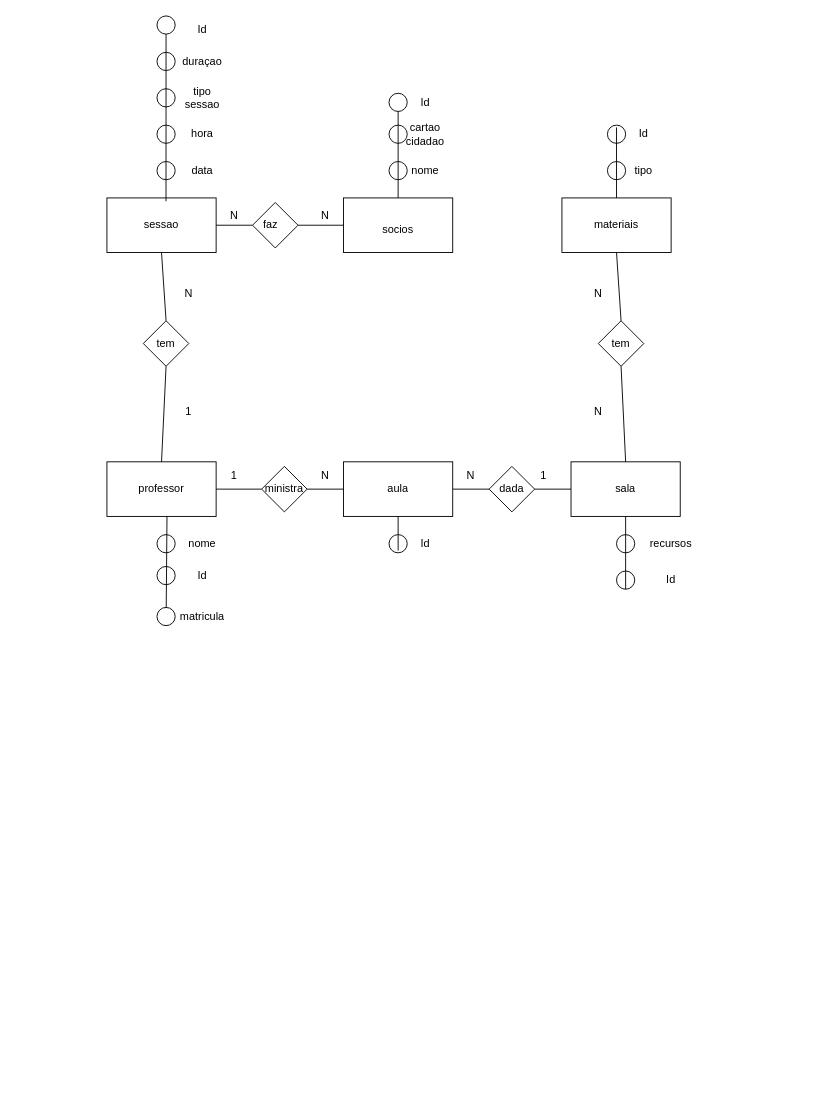
This is BD/Exercicios/Ex03.drawio from MarceloValente1990/Cesae2025, a draw.io file, before an edit. Source tidied: cells renumbered, new cells numbered last; positions are measured from the earlier drawing's top-left corner, leaving out a move shared by most shapes. Both pictures are drawn from the tidied source at 91%, with x=0, y=0 at pixel (106, 15).
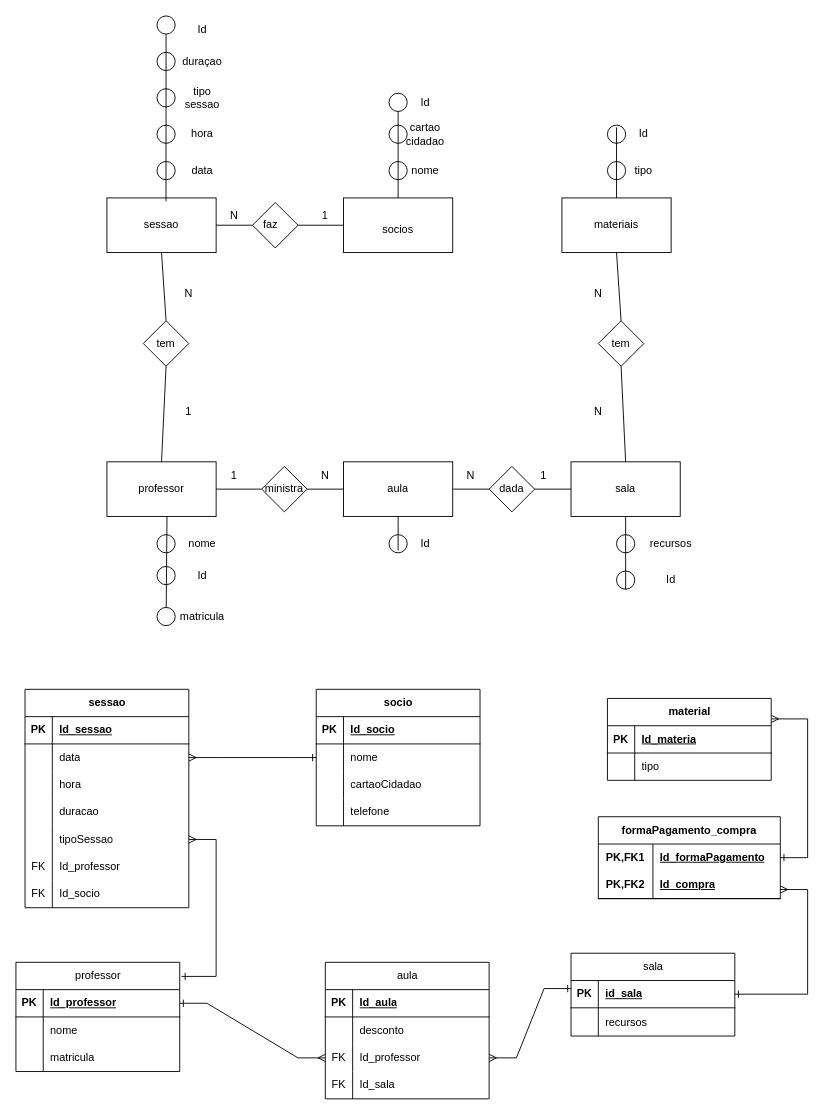
After the change.

Change to the diagram source:
```diff
@@
-    <mxCell id="73" value="N" style="text;html=1;align=center;verticalAlign=middle;whiteSpace=wrap;rounded=0;" parent="1" vertex="1">
+    <mxCell id="73" value="1" style="text;html=1;align=center;verticalAlign=middle;whiteSpace=wrap;rounded=0;" parent="1" vertex="1">
       <mxGeometry x="210" y="205" width="60" height="30" as="geometry" />
     </mxCell>
@@
+    <mxCell id="82" value="sessao" style="shape=table;startSize=30;childLayout=tableLayout;rowLines=0;fontStyle=1;align=center;html=1;" parent="1" vertex="1">
+      <mxGeometry x="-90" y="740" width="180" height="240" as="geometry" />
+    </mxCell>
+    <mxCell id="83" style="shape=tableRow;horizontal=0;startSize=0;swimlaneHead=0;swimlaneBody=0;fillColor=none;top=0;left=0;right=0;bottom=1;" parent="82" vertex="1">
+      <mxGeometry y="30" width="180" height="30" as="geometry" />
+    </mxCell>
+    <mxCell id="84" value="PK" style="shape=partialRectangle;fillColor=none;top=0;left=0;bottom=0;right=0;fontStyle=1;overflow=hidden;whiteSpace=wrap;html=1;" parent="83" vertex="1">
+      <mxGeometry width="30" height="30" as="geometry" />
+    </mxCell>
+    <mxCell id="85" value="Id_sessao" style="shape=partialRectangle;fillColor=none;top=0;left=0;bottom=0;right=0;align=left;spacingLeft=6;fontStyle=5;overflow=hidden;whiteSpace=wrap;html=1;" parent="83" vertex="1">
+      <mxGeometry x="30" width="150" height="30" as="geometry" />
+    </mxCell>
+    <mxCell id="86" style="shape=tableRow;horizontal=0;startSize=0;swimlaneHead=0;swimlaneBody=0;fillColor=none;points=[[0,0.5],[1,0.5]];portConstraint=eastwest;top=0;left=0;right=0;bottom=0;" parent="82" vertex="1">
+      <mxGeometry y="60" width="180" height="30" as="geometry" />
+    </mxCell>
+    <mxCell id="87" style="shape=partialRectangle;fillColor=none;top=0;left=0;bottom=0;right=0;overflow=hidden;whiteSpace=wrap;html=1;" parent="86" vertex="1">
+      <mxGeometry width="30" height="30" as="geometry" />
+    </mxCell>
+    <mxCell id="88" value="&lt;span style=&quot;text-align: center;&quot;&gt;data&lt;/span&gt;" style="shape=partialRectangle;fillColor=none;top=0;left=0;bottom=0;right=0;align=left;spacingLeft=6;overflow=hidden;whiteSpace=wrap;html=1;" parent="86" vertex="1">
+      <mxGeometry x="30" width="150" height="30" as="geometry" />
+    </mxCell>
+    <mxCell id="89" style="shape=tableRow;horizontal=0;startSize=0;swimlaneHead=0;swimlaneBody=0;fillColor=none;top=0;left=0;right=0;bottom=0;" parent="82" vertex="1">
+      <mxGeometry y="90" width="180" height="30" as="geometry" />
+    </mxCell>
+    <mxCell id="90" style="shape=partialRectangle;fillColor=none;top=0;left=0;bottom=0;right=0;overflow=hidden;whiteSpace=wrap;html=1;" parent="89" vertex="1">
+      <mxGeometry width="30" height="30" as="geometry" />
+    </mxCell>
+    <mxCell id="91" value="&lt;div style=&quot;text-align: center;&quot;&gt;&lt;span style=&quot;background-color: transparent; color: light-dark(rgb(0, 0, 0), rgb(255, 255, 255));&quot;&gt;hora&lt;/span&gt;&lt;/div&gt;" style="shape=partialRectangle;fillColor=none;top=0;left=0;bottom=0;right=0;align=left;spacingLeft=6;overflow=hidden;whiteSpace=wrap;html=1;" parent="89" vertex="1">
+      <mxGeometry x="30" width="150" height="30" as="geometry" />
+    </mxCell>
+    <mxCell id="92" style="shape=tableRow;horizontal=0;startSize=0;swimlaneHead=0;swimlaneBody=0;fillColor=none;top=0;left=0;right=0;bottom=0;" parent="82" vertex="1">
+      <mxGeometry y="120" width="180" height="30" as="geometry" />
+    </mxCell>
+    <mxCell id="93" style="shape=partialRectangle;fillColor=none;top=0;left=0;bottom=0;right=0;overflow=hidden;whiteSpace=wrap;html=1;" parent="92" vertex="1">
+      <mxGeometry width="30" height="30" as="geometry" />
+    </mxCell>
+    <mxCell id="94" value="duracao" style="shape=partialRectangle;fillColor=none;top=0;left=0;bottom=0;right=0;align=left;spacingLeft=6;overflow=hidden;whiteSpace=wrap;html=1;" parent="92" vertex="1">
+      <mxGeometry x="30" width="150" height="30" as="geometry" />
+    </mxCell>
+    <mxCell id="95" style="shape=tableRow;horizontal=0;startSize=0;swimlaneHead=0;swimlaneBody=0;fillColor=none;points=[[0,0.5],[1,0.5]];portConstraint=eastwest;top=0;left=0;right=0;bottom=0;" parent="82" vertex="1">
+      <mxGeometry y="150" width="180" height="30" as="geometry" />
+    </mxCell>
+    <mxCell id="96" style="shape=partialRectangle;fillColor=none;top=0;left=0;bottom=0;right=0;overflow=hidden;whiteSpace=wrap;html=1;" parent="95" vertex="1">
+      <mxGeometry width="30" height="30" as="geometry" />
+    </mxCell>
+    <mxCell id="97" value="tipoSessao" style="shape=partialRectangle;fillColor=none;top=0;left=0;bottom=0;right=0;align=left;spacingLeft=6;overflow=hidden;whiteSpace=wrap;html=1;" parent="95" vertex="1">
+      <mxGeometry x="30" width="150" height="30" as="geometry" />
+    </mxCell>
+    <mxCell id="98" style="shape=tableRow;horizontal=0;startSize=0;swimlaneHead=0;swimlaneBody=0;fillColor=none;top=0;left=0;right=0;bottom=0;" parent="82" vertex="1">
+      <mxGeometry y="180" width="180" height="30" as="geometry" />
+    </mxCell>
+    <mxCell id="99" value="FK" style="shape=partialRectangle;fillColor=none;top=0;left=0;bottom=0;right=0;overflow=hidden;whiteSpace=wrap;html=1;" parent="98" vertex="1">
+      <mxGeometry width="30" height="30" as="geometry" />
+    </mxCell>
+    <mxCell id="100" value="Id_professor" style="shape=partialRectangle;fillColor=none;top=0;left=0;bottom=0;right=0;align=left;spacingLeft=6;overflow=hidden;whiteSpace=wrap;html=1;" parent="98" vertex="1">
+      <mxGeometry x="30" width="150" height="30" as="geometry" />
+    </mxCell>
+    <mxCell id="101" style="shape=tableRow;horizontal=0;startSize=0;swimlaneHead=0;swimlaneBody=0;fillColor=none;top=0;left=0;right=0;bottom=0;" parent="82" vertex="1">
+      <mxGeometry y="210" width="180" height="30" as="geometry" />
+    </mxCell>
+    <mxCell id="102" value="FK" style="shape=partialRectangle;fillColor=none;top=0;left=0;bottom=0;right=0;overflow=hidden;whiteSpace=wrap;html=1;" parent="101" vertex="1">
+      <mxGeometry width="30" height="30" as="geometry" />
+    </mxCell>
+    <mxCell id="103" value="Id_socio" style="shape=partialRectangle;fillColor=none;top=0;left=0;bottom=0;right=0;align=left;spacingLeft=6;overflow=hidden;whiteSpace=wrap;html=1;" parent="101" vertex="1">
+      <mxGeometry x="30" width="150" height="30" as="geometry" />
+    </mxCell>
+    <mxCell id="104" value="&lt;span style=&quot;font-weight: 400; text-wrap-mode: wrap;&quot;&gt;sala&lt;/span&gt;" style="shape=table;startSize=30;childLayout=tableLayout;rowLines=0;fontStyle=1;align=center;html=1;" parent="1" vertex="1">
+      <mxGeometry x="510" y="1030" width="180" height="91" as="geometry" />
+    </mxCell>
+    <mxCell id="105" style="shape=tableRow;horizontal=0;startSize=0;swimlaneHead=0;swimlaneBody=0;fillColor=none;points=[[0,0.5],[1,0.5]];portConstraint=eastwest;top=0;left=0;right=0;bottom=1;" parent="104" vertex="1">
+      <mxGeometry y="30" width="180" height="30" as="geometry" />
+    </mxCell>
+    <mxCell id="106" value="PK" style="shape=partialRectangle;fillColor=none;top=0;left=0;bottom=0;right=0;fontStyle=1;overflow=hidden;whiteSpace=wrap;html=1;" parent="105" vertex="1">
+      <mxGeometry width="30" height="30" as="geometry" />
+    </mxCell>
+    <mxCell id="107" value="id_sala" style="shape=partialRectangle;fillColor=none;top=0;left=0;bottom=0;right=0;align=left;spacingLeft=6;fontStyle=5;overflow=hidden;whiteSpace=wrap;html=1;" parent="105" vertex="1">
+      <mxGeometry x="30" width="150" height="30" as="geometry" />
+    </mxCell>
+    <mxCell id="108" style="shape=tableRow;horizontal=0;startSize=0;swimlaneHead=0;swimlaneBody=0;fillColor=none;top=0;left=0;right=0;bottom=0;" parent="104" vertex="1">
+      <mxGeometry y="60" width="180" height="31" as="geometry" />
+    </mxCell>
+    <mxCell id="109" style="shape=partialRectangle;fillColor=none;top=0;left=0;bottom=0;right=0;overflow=hidden;whiteSpace=wrap;html=1;" parent="108" vertex="1">
+      <mxGeometry width="30" height="31" as="geometry" />
+    </mxCell>
+    <mxCell id="110" value="recursos" style="shape=partialRectangle;fillColor=none;top=0;left=0;bottom=0;right=0;align=left;spacingLeft=6;overflow=hidden;whiteSpace=wrap;html=1;" parent="108" vertex="1">
+      <mxGeometry x="30" width="150" height="31" as="geometry" />
+    </mxCell>
+    <mxCell id="111" value="&lt;span style=&quot;font-weight: 400; text-wrap-mode: wrap;&quot;&gt;professor&lt;/span&gt;" style="shape=table;startSize=30;childLayout=tableLayout;rowLines=0;fontStyle=1;align=center;html=1;" parent="1" vertex="1">
+      <mxGeometry x="-100" y="1040" width="180" height="120" as="geometry" />
+    </mxCell>
+    <mxCell id="112" style="shape=tableRow;horizontal=0;startSize=0;swimlaneHead=0;swimlaneBody=0;fillColor=none;points=[[0,0.5],[1,0.5]];portConstraint=eastwest;top=0;left=0;right=0;bottom=1;" parent="111" vertex="1">
+      <mxGeometry y="30" width="180" height="30" as="geometry" />
+    </mxCell>
+    <mxCell id="113" value="PK" style="shape=partialRectangle;fillColor=none;top=0;left=0;bottom=0;right=0;fontStyle=1;overflow=hidden;whiteSpace=wrap;html=1;" parent="112" vertex="1">
+      <mxGeometry width="30" height="30" as="geometry" />
+    </mxCell>
+    <mxCell id="114" value="Id_professor" style="shape=partialRectangle;fillColor=none;top=0;left=0;bottom=0;right=0;align=left;spacingLeft=6;fontStyle=5;overflow=hidden;whiteSpace=wrap;html=1;" parent="112" vertex="1">
+      <mxGeometry x="30" width="150" height="30" as="geometry" />
+    </mxCell>
+    <mxCell id="115" style="shape=tableRow;horizontal=0;startSize=0;swimlaneHead=0;swimlaneBody=0;fillColor=none;top=0;left=0;right=0;bottom=0;" parent="111" vertex="1">
+      <mxGeometry y="60" width="180" height="30" as="geometry" />
+    </mxCell>
+    <mxCell id="116" style="shape=partialRectangle;fillColor=none;top=0;left=0;bottom=0;right=0;overflow=hidden;whiteSpace=wrap;html=1;" parent="115" vertex="1">
+      <mxGeometry width="30" height="30" as="geometry" />
+    </mxCell>
+    <mxCell id="117" value="nome" style="shape=partialRectangle;fillColor=none;top=0;left=0;bottom=0;right=0;align=left;spacingLeft=6;overflow=hidden;whiteSpace=wrap;html=1;" parent="115" vertex="1">
+      <mxGeometry x="30" width="150" height="30" as="geometry" />
+    </mxCell>
+    <mxCell id="118" style="shape=tableRow;horizontal=0;startSize=0;swimlaneHead=0;swimlaneBody=0;fillColor=none;top=0;left=0;right=0;bottom=0;" parent="111" vertex="1">
+      <mxGeometry y="90" width="180" height="30" as="geometry" />
+    </mxCell>
+    <mxCell id="119" style="shape=partialRectangle;fillColor=none;top=0;left=0;bottom=0;right=0;overflow=hidden;whiteSpace=wrap;html=1;" parent="118" vertex="1">
+      <mxGeometry width="30" height="30" as="geometry" />
+    </mxCell>
+    <mxCell id="120" value="matricula" style="shape=partialRectangle;fillColor=none;top=0;left=0;bottom=0;right=0;align=left;spacingLeft=6;overflow=hidden;whiteSpace=wrap;html=1;" parent="118" vertex="1">
+      <mxGeometry x="30" width="150" height="30" as="geometry" />
+    </mxCell>
+    <mxCell id="121" value="&lt;span style=&quot;font-weight: 400; text-wrap-mode: wrap;&quot;&gt;aula&lt;/span&gt;" style="shape=table;startSize=30;childLayout=tableLayout;rowLines=0;fontStyle=1;align=center;html=1;" parent="1" vertex="1">
+      <mxGeometry x="240" y="1040" width="180" height="150" as="geometry" />
+    </mxCell>
+    <mxCell id="122" style="shape=tableRow;horizontal=0;startSize=0;swimlaneHead=0;swimlaneBody=0;fillColor=none;top=0;left=0;right=0;bottom=1;" parent="121" vertex="1">
+      <mxGeometry y="30" width="180" height="30" as="geometry" />
+    </mxCell>
+    <mxCell id="123" value="PK" style="shape=partialRectangle;fillColor=none;top=0;left=0;bottom=0;right=0;fontStyle=1;overflow=hidden;whiteSpace=wrap;html=1;" parent="122" vertex="1">
+      <mxGeometry width="30" height="30" as="geometry" />
+    </mxCell>
+    <mxCell id="124" value="Id_aula" style="shape=partialRectangle;fillColor=none;top=0;left=0;bottom=0;right=0;align=left;spacingLeft=6;fontStyle=5;overflow=hidden;whiteSpace=wrap;html=1;" parent="122" vertex="1">
+      <mxGeometry x="30" width="150" height="30" as="geometry" />
+    </mxCell>
+    <mxCell id="125" style="shape=tableRow;horizontal=0;startSize=0;swimlaneHead=0;swimlaneBody=0;fillColor=none;top=0;left=0;right=0;bottom=0;" parent="121" vertex="1">
+      <mxGeometry y="60" width="180" height="30" as="geometry" />
+    </mxCell>
+    <mxCell id="126" style="shape=partialRectangle;fillColor=none;top=0;left=0;bottom=0;right=0;overflow=hidden;whiteSpace=wrap;html=1;" parent="125" vertex="1">
+      <mxGeometry width="30" height="30" as="geometry" />
+    </mxCell>
+    <mxCell id="127" value="desconto" style="shape=partialRectangle;fillColor=none;top=0;left=0;bottom=0;right=0;align=left;spacingLeft=6;overflow=hidden;whiteSpace=wrap;html=1;" parent="125" vertex="1">
+      <mxGeometry x="30" width="150" height="30" as="geometry" />
+    </mxCell>
+    <mxCell id="128" style="shape=tableRow;horizontal=0;startSize=0;swimlaneHead=0;swimlaneBody=0;fillColor=none;points=[[0,0.5],[1,0.5]];portConstraint=eastwest;top=0;left=0;right=0;bottom=0;" parent="121" vertex="1">
+      <mxGeometry y="90" width="180" height="30" as="geometry" />
+    </mxCell>
+    <mxCell id="129" value="FK" style="shape=partialRectangle;fillColor=none;top=0;left=0;bottom=0;right=0;overflow=hidden;whiteSpace=wrap;html=1;" parent="128" vertex="1">
+      <mxGeometry width="30" height="30" as="geometry" />
+    </mxCell>
+    <mxCell id="130" value="Id_professor" style="shape=partialRectangle;fillColor=none;top=0;left=0;bottom=0;right=0;align=left;spacingLeft=6;overflow=hidden;whiteSpace=wrap;html=1;" parent="128" vertex="1">
+      <mxGeometry x="30" width="150" height="30" as="geometry" />
+    </mxCell>
+    <mxCell id="131" style="shape=tableRow;horizontal=0;startSize=0;swimlaneHead=0;swimlaneBody=0;fillColor=none;top=0;left=0;right=0;bottom=0;" parent="121" vertex="1">
+      <mxGeometry y="120" width="180" height="30" as="geometry" />
+    </mxCell>
+    <mxCell id="132" value="FK" style="shape=partialRectangle;fillColor=none;top=0;left=0;bottom=0;right=0;overflow=hidden;whiteSpace=wrap;html=1;" parent="131" vertex="1">
+      <mxGeometry width="30" height="30" as="geometry" />
+    </mxCell>
+    <mxCell id="133" value="Id_sala" style="shape=partialRectangle;fillColor=none;top=0;left=0;bottom=0;right=0;align=left;spacingLeft=6;overflow=hidden;whiteSpace=wrap;html=1;" parent="131" vertex="1">
+      <mxGeometry x="30" width="150" height="30" as="geometry" />
+    </mxCell>
+    <mxCell id="134" value="socio" style="shape=table;startSize=30;childLayout=tableLayout;rowLines=0;fontStyle=1;align=center;html=1;" parent="1" vertex="1">
+      <mxGeometry x="230" y="740" width="180" height="150" as="geometry" />
+    </mxCell>
+    <mxCell id="135" style="shape=tableRow;horizontal=0;startSize=0;swimlaneHead=0;swimlaneBody=0;fillColor=none;top=0;left=0;right=0;bottom=1;" parent="134" vertex="1">
+      <mxGeometry y="30" width="180" height="30" as="geometry" />
+    </mxCell>
+    <mxCell id="136" value="PK" style="shape=partialRectangle;fillColor=none;top=0;left=0;bottom=0;right=0;fontStyle=1;overflow=hidden;whiteSpace=wrap;html=1;" parent="135" vertex="1">
+      <mxGeometry width="30" height="30" as="geometry" />
+    </mxCell>
+    <mxCell id="137" value="Id_socio" style="shape=partialRectangle;fillColor=none;top=0;left=0;bottom=0;right=0;align=left;spacingLeft=6;fontStyle=5;overflow=hidden;whiteSpace=wrap;html=1;" parent="135" vertex="1">
+      <mxGeometry x="30" width="150" height="30" as="geometry" />
+    </mxCell>
+    <mxCell id="138" style="shape=tableRow;horizontal=0;startSize=0;swimlaneHead=0;swimlaneBody=0;fillColor=none;points=[[0,0.5],[1,0.5]];portConstraint=eastwest;top=0;left=0;right=0;bottom=0;" parent="134" vertex="1">
+      <mxGeometry y="60" width="180" height="30" as="geometry" />
+    </mxCell>
+    <mxCell id="139" style="shape=partialRectangle;fillColor=none;top=0;left=0;bottom=0;right=0;overflow=hidden;whiteSpace=wrap;html=1;" parent="138" vertex="1">
+      <mxGeometry width="30" height="30" as="geometry" />
+    </mxCell>
+    <mxCell id="140" value="&lt;span style=&quot;text-align: center;&quot;&gt;nome&lt;/span&gt;" style="shape=partialRectangle;fillColor=none;top=0;left=0;bottom=0;right=0;align=left;spacingLeft=6;overflow=hidden;whiteSpace=wrap;html=1;" parent="138" vertex="1">
+      <mxGeometry x="30" width="150" height="30" as="geometry" />
+    </mxCell>
+    <mxCell id="141" style="shape=tableRow;horizontal=0;startSize=0;swimlaneHead=0;swimlaneBody=0;fillColor=none;top=0;left=0;right=0;bottom=0;" parent="134" vertex="1">
+      <mxGeometry y="90" width="180" height="30" as="geometry" />
+    </mxCell>
+    <mxCell id="142" style="shape=partialRectangle;fillColor=none;top=0;left=0;bottom=0;right=0;overflow=hidden;whiteSpace=wrap;html=1;" parent="141" vertex="1">
+      <mxGeometry width="30" height="30" as="geometry" />
+    </mxCell>
+    <mxCell id="143" value="&lt;span style=&quot;text-align: center;&quot;&gt;cartaoCidadao&lt;/span&gt;" style="shape=partialRectangle;fillColor=none;top=0;left=0;bottom=0;right=0;align=left;spacingLeft=6;overflow=hidden;whiteSpace=wrap;html=1;" parent="141" vertex="1">
+      <mxGeometry x="30" width="150" height="30" as="geometry" />
+    </mxCell>
+    <mxCell id="144" style="shape=tableRow;horizontal=0;startSize=0;swimlaneHead=0;swimlaneBody=0;fillColor=none;top=0;left=0;right=0;bottom=0;" parent="134" vertex="1">
+      <mxGeometry y="120" width="180" height="30" as="geometry" />
+    </mxCell>
+    <mxCell id="145" style="shape=partialRectangle;fillColor=none;top=0;left=0;bottom=0;right=0;overflow=hidden;whiteSpace=wrap;html=1;" parent="144" vertex="1">
+      <mxGeometry width="30" height="30" as="geometry" />
+    </mxCell>
+    <mxCell id="146" value="&lt;span style=&quot;text-align: center;&quot;&gt;telefone&lt;/span&gt;" style="shape=partialRectangle;fillColor=none;top=0;left=0;bottom=0;right=0;align=left;spacingLeft=6;overflow=hidden;whiteSpace=wrap;html=1;" parent="144" vertex="1">
+      <mxGeometry x="30" width="150" height="30" as="geometry" />
+    </mxCell>
+    <mxCell id="147" value="formaPagamento_compra" style="shape=table;startSize=30;childLayout=tableLayout;rowLines=0;fontStyle=1;align=center;html=1;whiteSpace=wrap;" parent="1" vertex="1">
+      <mxGeometry x="540" y="880" width="200" height="90" as="geometry" />
+    </mxCell>
+    <mxCell id="148" style="shape=tableRow;horizontal=0;startSize=0;swimlaneHead=0;swimlaneBody=0;fillColor=none;points=[[0,0.5],[1,0.5]];portConstraint=eastwest;top=0;left=0;right=0;bottom=0;html=1;" parent="147" vertex="1">
+      <mxGeometry y="30" width="200" height="30" as="geometry" />
+    </mxCell>
+    <mxCell id="149" value="PK,FK1" style="shape=partialRectangle;fillColor=none;top=0;left=0;bottom=0;right=0;fontStyle=1;overflow=hidden;html=1;whiteSpace=wrap;" parent="148" vertex="1">
+      <mxGeometry width="60" height="30" as="geometry" />
+    </mxCell>
+    <mxCell id="150" value="Id_formaPagamento" style="shape=partialRectangle;fillColor=none;top=0;left=0;bottom=0;right=0;align=left;spacingLeft=6;fontStyle=5;overflow=hidden;html=1;whiteSpace=wrap;" parent="148" vertex="1">
+      <mxGeometry x="60" width="140" height="30" as="geometry" />
+    </mxCell>
+    <mxCell id="151" style="shape=tableRow;horizontal=0;startSize=0;swimlaneHead=0;swimlaneBody=0;fillColor=none;top=0;left=0;right=0;bottom=1;html=1;" parent="147" vertex="1">
+      <mxGeometry y="60" width="200" height="30" as="geometry" />
+    </mxCell>
+    <mxCell id="152" value="PK,FK2" style="shape=partialRectangle;fillColor=none;top=0;left=0;bottom=0;right=0;fontStyle=1;overflow=hidden;html=1;whiteSpace=wrap;" parent="151" vertex="1">
+      <mxGeometry width="60" height="30" as="geometry" />
+    </mxCell>
+    <mxCell id="153" value="Id_compra" style="shape=partialRectangle;fillColor=none;top=0;left=0;bottom=0;right=0;align=left;spacingLeft=6;fontStyle=5;overflow=hidden;html=1;whiteSpace=wrap;" parent="151" vertex="1">
+      <mxGeometry x="60" width="140" height="30" as="geometry" />
+    </mxCell>
+    <mxCell id="154" style="edgeStyle=entityRelationEdgeStyle;fontSize=12;html=1;endArrow=ERone;rounded=0;exitX=1;exitY=0.25;exitDx=0;exitDy=0;endFill=0;startArrow=ERmany;startFill=0;" parent="1" edge="1" source="155" target="148">
+      <mxGeometry relative="1" as="geometry" />
+    </mxCell>
+    <mxCell id="155" value="material" style="shape=table;startSize=30;childLayout=tableLayout;rowLines=0;fontStyle=1;align=center;html=1;" parent="1" vertex="1">
+      <mxGeometry x="550" y="750" width="180" height="90" as="geometry" />
+    </mxCell>
+    <mxCell id="156" style="shape=tableRow;horizontal=0;startSize=0;swimlaneHead=0;swimlaneBody=0;fillColor=none;top=0;left=0;right=0;bottom=1;" parent="155" vertex="1">
+      <mxGeometry y="30" width="180" height="30" as="geometry" />
+    </mxCell>
+    <mxCell id="157" value="PK" style="shape=partialRectangle;fillColor=none;top=0;left=0;bottom=0;right=0;fontStyle=1;overflow=hidden;whiteSpace=wrap;html=1;" parent="156" vertex="1">
+      <mxGeometry width="30" height="30" as="geometry" />
+    </mxCell>
+    <mxCell id="158" value="Id_materia" style="shape=partialRectangle;fillColor=none;top=0;left=0;bottom=0;right=0;align=left;spacingLeft=6;fontStyle=5;overflow=hidden;whiteSpace=wrap;html=1;" parent="156" vertex="1">
+      <mxGeometry x="30" width="150" height="30" as="geometry" />
+    </mxCell>
+    <mxCell id="159" style="shape=tableRow;horizontal=0;startSize=0;swimlaneHead=0;swimlaneBody=0;fillColor=none;top=0;left=0;right=0;bottom=0;" parent="155" vertex="1">
+      <mxGeometry y="60" width="180" height="30" as="geometry" />
+    </mxCell>
+    <mxCell id="160" style="shape=partialRectangle;fillColor=none;top=0;left=0;bottom=0;right=0;overflow=hidden;whiteSpace=wrap;html=1;" parent="159" vertex="1">
+      <mxGeometry width="30" height="30" as="geometry" />
+    </mxCell>
+    <mxCell id="161" value="tipo" style="shape=partialRectangle;fillColor=none;top=0;left=0;bottom=0;right=0;align=left;spacingLeft=6;overflow=hidden;whiteSpace=wrap;html=1;" parent="159" vertex="1">
+      <mxGeometry x="30" width="150" height="30" as="geometry" />
+    </mxCell>
+    <mxCell id="162" style="edgeStyle=entityRelationEdgeStyle;fontSize=12;html=1;endArrow=ERone;rounded=0;entryX=0;entryY=0.5;entryDx=0;entryDy=0;exitX=1;exitY=0.5;exitDx=0;exitDy=0;startArrow=ERmany;startFill=0;endFill=0;" parent="1" edge="1" source="86" target="138">
+      <mxGeometry relative="1" as="geometry" />
+    </mxCell>
+    <mxCell id="163" style="edgeStyle=entityRelationEdgeStyle;fontSize=12;html=1;endArrow=ERone;rounded=0;startArrow=ERmany;startFill=0;endFill=0;" parent="1" edge="1" target="105">
+      <mxGeometry relative="1" as="geometry">
+        <mxPoint x="740" y="960" as="sourcePoint" />
+        <Array as="points">
+          <mxPoint x="200" y="900" />
+          <mxPoint x="540" y="910" />
+        </Array>
+      </mxGeometry>
+    </mxCell>
+    <mxCell id="164" style="edgeStyle=entityRelationEdgeStyle;fontSize=12;html=1;endArrow=ERone;rounded=0;startArrow=ERmany;startFill=0;endFill=0;entryX=0.002;entryY=0.294;entryDx=0;entryDy=0;entryPerimeter=0;" parent="1" edge="1" source="128" target="105">
+      <mxGeometry relative="1" as="geometry">
+        <Array as="points">
+          <mxPoint x="210" y="910" />
+          <mxPoint x="550" y="920" />
+        </Array>
+      </mxGeometry>
+    </mxCell>
+    <mxCell id="165" style="edgeStyle=entityRelationEdgeStyle;fontSize=12;html=1;endArrow=ERone;rounded=0;startArrow=ERmany;startFill=0;endFill=0;exitX=0;exitY=0.5;exitDx=0;exitDy=0;" parent="1" edge="1" source="128" target="112">
+      <mxGeometry relative="1" as="geometry">
+        <Array as="points">
+          <mxPoint x="220" y="920" />
+          <mxPoint x="560" y="930" />
+        </Array>
+      </mxGeometry>
+    </mxCell>
+    <mxCell id="166" style="edgeStyle=entityRelationEdgeStyle;fontSize=12;html=1;endArrow=ERone;rounded=0;startArrow=ERmany;startFill=0;endFill=0;entryX=1.011;entryY=0.129;entryDx=0;entryDy=0;entryPerimeter=0;" parent="1" edge="1" source="95" target="111">
+      <mxGeometry relative="1" as="geometry">
+        <Array as="points">
+          <mxPoint x="230" y="930" />
+          <mxPoint x="570" y="940" />
+        </Array>
+      </mxGeometry>
+    </mxCell>
```
